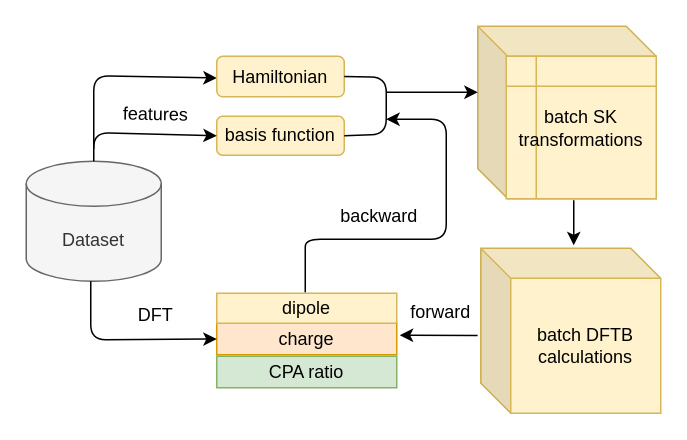
Earlier version of the draw.io diagram Untitled Diagram.drawio (FanGuozheng/dftbpy). Source tidied: cells renumbered, new cells numbered last; positions are measured from the earlier drawing's top-left corner, leaving out a move shared by most shapes. Both pictures are drawn from the tidied source at 150%, with x=0, y=0 at pixel (26, 26).
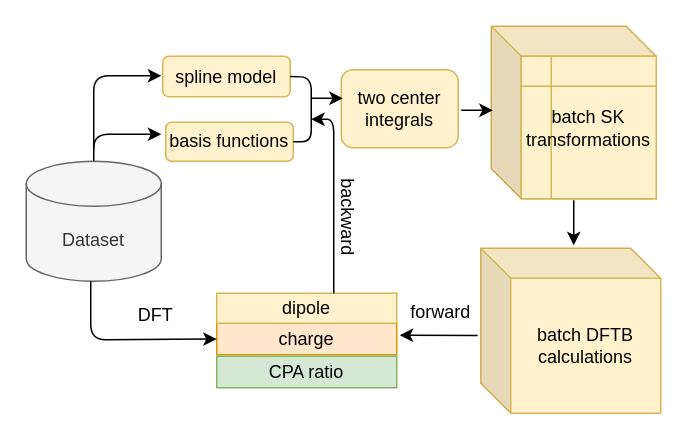
Above is the later version.

Change to the diagram source:
```diff
@@
-    <mxCell id="3" value="basis function" style="rounded=1;whiteSpace=wrap;html=1;fillColor=#fff2cc;strokeColor=#d6b656;" parent="1" vertex="1">
-      <mxGeometry x="127" y="60" width="85" height="26" as="geometry" />
+    <mxCell id="3" value="basis functions" style="rounded=1;whiteSpace=wrap;html=1;fillColor=#fff2cc;strokeColor=#d6b656;" parent="1" vertex="1">
+      <mxGeometry x="93" y="64" width="85" height="26" as="geometry" />
     </mxCell>
@@
     <mxCell id="5" style="shape=cube;whiteSpace=wrap;html=1;boundedLbl=1;backgroundOutline=1;darkOpacity=0.05;darkOpacity2=0.1;fillColor=#fff2cc;strokeColor=#d6b656;" parent="1" vertex="1">
-      <mxGeometry x="301" width="119" height="115" as="geometry" />
+      <mxGeometry x="310" width="110" height="115" as="geometry" />
     </mxCell>
     <mxCell id="6" value="&lt;span&gt;batch SK&lt;/span&gt;&lt;br&gt;&lt;span&gt;transformations&lt;/span&gt;" style="shape=internalStorage;whiteSpace=wrap;html=1;backgroundOutline=1;fillColor=#fff2cc;strokeColor=#d6b656;" parent="1" vertex="1">
-      <mxGeometry x="320" y="20" width="100" height="95" as="geometry" />
+      <mxGeometry x="330" y="20" width="90" height="95" as="geometry" />
     </mxCell>
@@
-    <mxCell id="10" style="endArrow=classic;html=1;entryX=0;entryY=0.5;entryDx=0;entryDy=0;" parent="1" edge="1" target="3">
+    <mxCell id="10" style="endArrow=classic;html=1;" parent="1" edge="1">
       <mxGeometry relative="1" as="geometry">
         <mxPoint x="45" y="90" as="sourcePoint" />
+        <mxPoint x="90" y="72" as="targetPoint" />
         <Array as="points">
-          <mxPoint x="45" y="71" />
+          <mxPoint x="45" y="72" />
         </Array>
       </mxGeometry>
     </mxCell>
     <mxCell id="11" style="endArrow=classic;html=1;" parent="1" edge="1">
       <mxGeometry relative="1" as="geometry">
-        <mxPoint x="240" y="44" as="sourcePoint" />
-        <mxPoint x="301" y="44" as="targetPoint" />
+        <mxPoint x="290" y="56" as="sourcePoint" />
+        <mxPoint x="311" y="56" as="targetPoint" />
       </mxGeometry>
     </mxCell>
@@
-    <mxCell id="14" style="endArrow=classic;html=1;" parent="1" edge="1">
-      <mxGeometry relative="1" as="geometry">
-        <mxPoint x="186" y="162" as="sourcePoint" />
-        <mxPoint x="240" y="62" as="targetPoint" />
-        <Array as="points">
-          <mxPoint x="186" y="182" />
-          <mxPoint x="186" y="162" />
-          <mxPoint x="186" y="142" />
-          <mxPoint x="280" y="142" />
-          <mxPoint x="280" y="62" />
-        </Array>
-      </mxGeometry>
-    </mxCell>
-    <mxCell id="15" value="backward" style="text;html=1;align=center;verticalAlign=middle;rotation=0;" parent="1" vertex="1">
-      <mxGeometry x="200" y="117" width="70" height="20" as="geometry" />
+    <mxCell id="15" value="backward" style="text;html=1;align=center;verticalAlign=middle;rotation=90;" parent="1" vertex="1">
+      <mxGeometry x="179" y="117" width="70" height="20" as="geometry" />
     </mxCell>
@@
-    <mxCell id="19" style="endArrow=classic;html=1;entryX=0;entryY=0.5;entryDx=0;entryDy=0;" parent="1" edge="1">
+    <mxCell id="19" style="endArrow=classic;html=1;" parent="1" edge="1">
       <mxGeometry relative="1" as="geometry">
         <mxPoint x="45" y="82" as="sourcePoint" />
-        <mxPoint x="127" y="34.5" as="targetPoint" />
+        <mxPoint x="90" y="33" as="targetPoint" />
         <Array as="points">
           <mxPoint x="45" y="33" />
         </Array>
       </mxGeometry>
     </mxCell>
-    <mxCell id="20" value="Hamiltonian" style="rounded=1;whiteSpace=wrap;html=1;fillColor=#fff2cc;strokeColor=#d6b656;" parent="1" vertex="1">
-      <mxGeometry x="127" y="20" width="85" height="27" as="geometry" />
+    <mxCell id="20" value="spline model" style="rounded=1;whiteSpace=wrap;html=1;fillColor=#fff2cc;strokeColor=#d6b656;" parent="1" vertex="1">
+      <mxGeometry x="91" y="20" width="85" height="27" as="geometry" />
     </mxCell>
     <mxCell id="21" style="endArrow=none;html=1;entryX=1;entryY=0.5;entryDx=0;entryDy=0;exitX=1;exitY=0.5;exitDx=0;exitDy=0;" parent="1" edge="1" source="3" target="20">
       <mxGeometry relative="1" as="geometry">
         <Array as="points">
-          <mxPoint x="240" y="72" />
-          <mxPoint x="240" y="34" />
+          <mxPoint x="190" y="77" />
+          <mxPoint x="190" y="62" />
+          <mxPoint x="190" y="34" />
         </Array>
       </mxGeometry>
     </mxCell>
-    <mxCell id="22" value="features" style="text;html=1;align=center;verticalAlign=middle;rotation=1;" parent="1" vertex="1">
-      <mxGeometry x="56" y="49" width="60" height="20" as="geometry" />
-    </mxCell>
+    <mxCell id="23" value="two center integrals" style="rounded=1;whiteSpace=wrap;html=1;fillColor=#fff2cc;strokeColor=#d6b656;" parent="1" vertex="1">
+      <mxGeometry x="210" y="29" width="78" height="52" as="geometry" />
+    </mxCell>
+    <mxCell id="24" style="endArrow=classic;html=1;" parent="1" edge="1">
+      <mxGeometry relative="1" as="geometry">
+        <mxPoint x="190" y="48" as="sourcePoint" />
+        <mxPoint x="211" y="48" as="targetPoint" />
+      </mxGeometry>
+    </mxCell>
+    <mxCell id="25" style="endArrow=classic;html=1;" parent="1" edge="1">
+      <mxGeometry relative="1" as="geometry">
+        <mxPoint x="205" y="178" as="sourcePoint" />
+        <mxPoint x="190" y="62" as="targetPoint" />
+        <Array as="points">
+          <mxPoint x="205" y="62" />
+        </Array>
+      </mxGeometry>
+    </mxCell>
```
